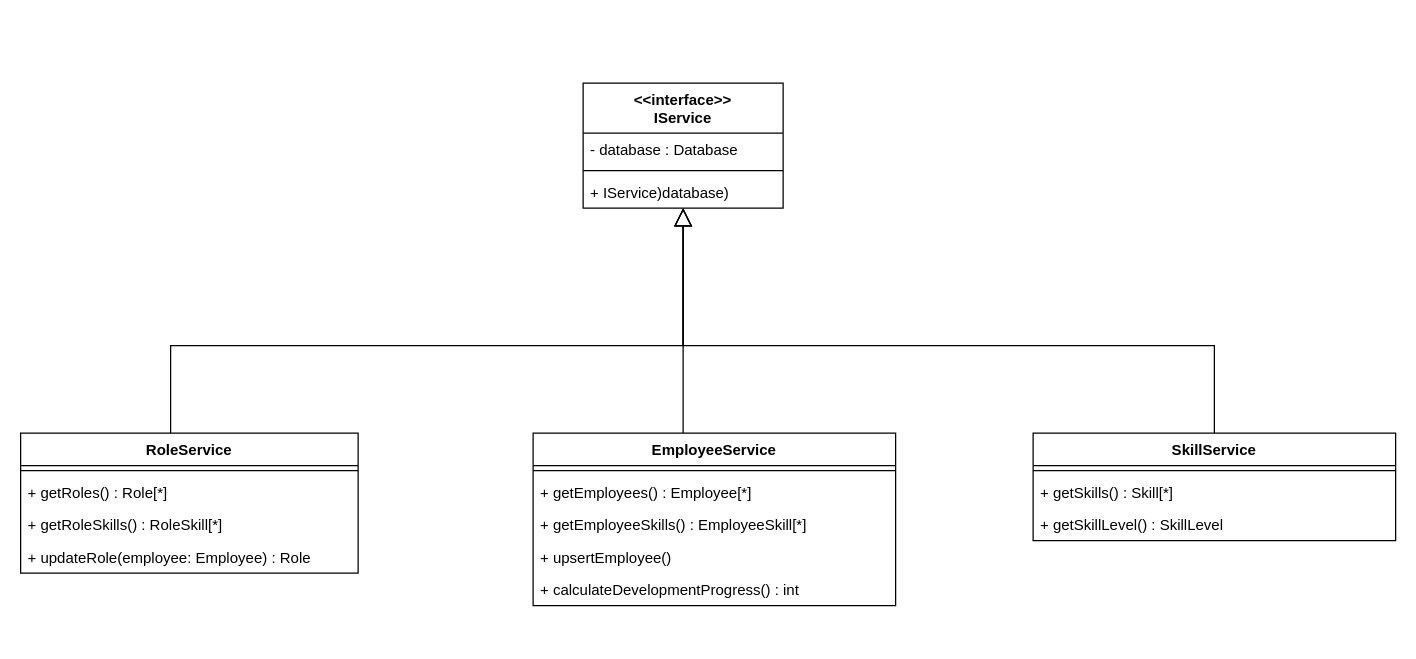
The draw.io diagram Implementation.drawio in learningCurve89/WorkBasedPortfolios, before the edit. Source tidied: cells renumbered, new cells numbered last; positions are measured from the earlier drawing's top-left corner, leaving out a move shared by most shapes. Both pictures are drawn from the tidied source at 125%, with x=0, y=0 at pixel (20, 82).
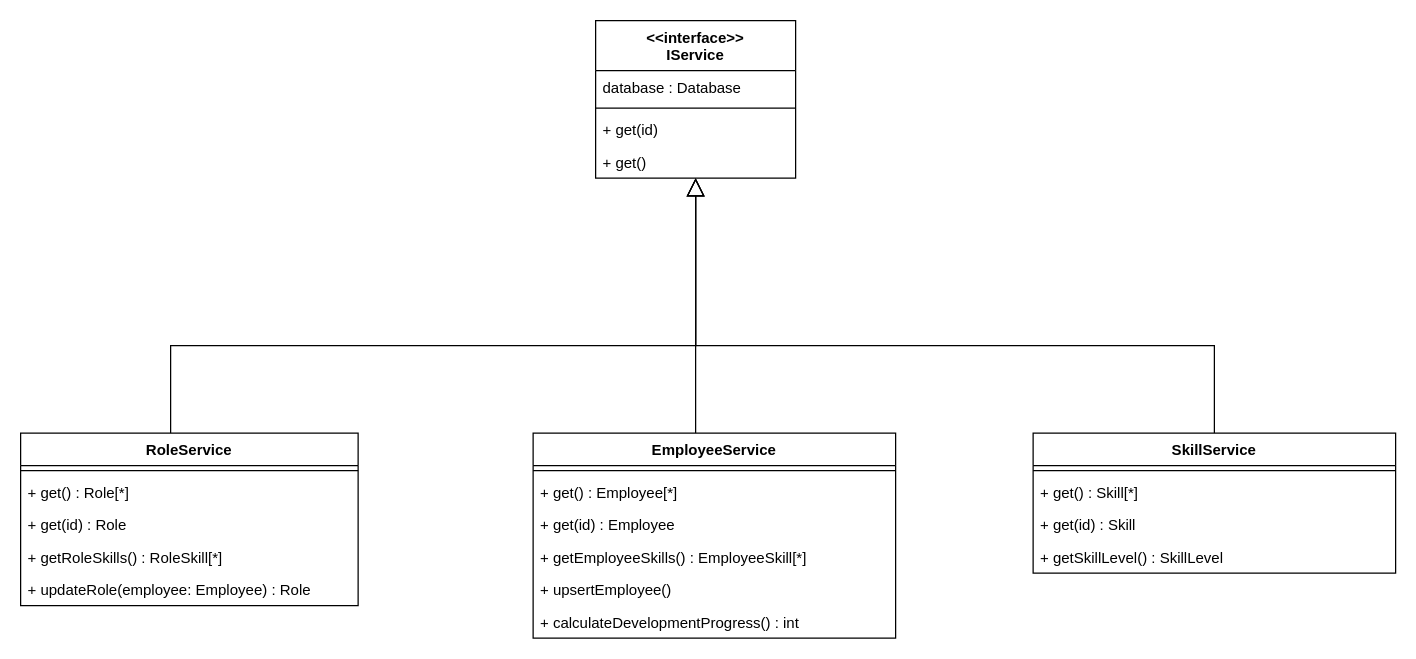
Above is the later version.

Diff of the diagram source:
```diff
@@
     <mxCell id="2" style="edgeStyle=orthogonalEdgeStyle;rounded=0;jettySize=auto;html=1;endArrow=block;endFill=0;endSize=12;" parent="1" edge="1" source="3" target="7">
       <mxGeometry relative="1" as="geometry">
         <Array as="points">
           <mxPoint x="955" y="210" />
-          <mxPoint x="530" y="210" />
+          <mxPoint x="540" y="210" />
         </Array>
       </mxGeometry>
     </mxCell>
     <mxCell id="3" value="SkillService" style="swimlane;fontStyle=1;align=center;verticalAlign=top;horizontal=1;startSize=26;" parent="1" vertex="1">
-      <mxGeometry x="810" y="280" width="290" height="86" as="geometry" />
+      <mxGeometry x="810" y="280" width="290" height="112" as="geometry" />
     </mxCell>
@@
-    <mxCell id="5" value="+ getSkills() : Skill[*]" style="text;strokeColor=none;fillColor=none;align=left;verticalAlign=top;spacingLeft=4;spacingRight=4;overflow=hidden;" parent="3" vertex="1">
+    <mxCell id="5" value="+ get() : Skill[*]" style="text;strokeColor=none;fillColor=none;align=left;verticalAlign=top;spacingLeft=4;spacingRight=4;overflow=hidden;" parent="3" vertex="1">
       <mxGeometry y="34" width="290" height="26" as="geometry" />
     </mxCell>
+    <mxCell id="24" value="+ get(id) : Skill" style="text;strokeColor=none;fillColor=none;align=left;verticalAlign=top;spacingLeft=4;spacingRight=4;overflow=hidden;" parent="3" vertex="1">
+      <mxGeometry y="60" width="290" height="26" as="geometry" />
+    </mxCell>
     <mxCell id="6" value="+ getSkillLevel() : SkillLevel" style="text;strokeColor=none;fillColor=none;align=left;verticalAlign=top;spacingLeft=4;spacingRight=4;overflow=hidden;" parent="3" vertex="1">
-      <mxGeometry y="60" width="290" height="26" as="geometry" />
+      <mxGeometry y="86" width="290" height="26" as="geometry" />
     </mxCell>
-    <mxCell id="7" value="&lt;&lt;interface&gt;&gt;&#10;IService" style="swimlane;fontStyle=1;align=center;verticalAlign=top;horizontal=1;startSize=40;" parent="1" vertex="1">
-      <mxGeometry x="450" width="160" height="100" as="geometry" />
-    </mxCell>
-    <mxCell id="8" value="- database : Database" style="text;strokeColor=none;fillColor=none;align=left;verticalAlign=top;spacingLeft=4;spacingRight=4;overflow=hidden;" parent="7" vertex="1">
-      <mxGeometry y="40" width="160" height="26" as="geometry" />
-    </mxCell>
-    <mxCell id="9" style="line;strokeWidth=1;fillColor=none;align=left;verticalAlign=middle;spacingTop=-1;spacingLeft=3;spacingRight=3;labelPosition=right;" parent="7" vertex="1">
-      <mxGeometry y="66" width="160" height="8" as="geometry" />
-    </mxCell>
-    <mxCell id="10" value="+ IService)database)" style="text;strokeColor=none;fillColor=none;align=left;verticalAlign=top;spacingLeft=4;spacingRight=4;overflow=hidden;" parent="7" vertex="1">
-      <mxGeometry y="74" width="160" height="26" as="geometry" />
-    </mxCell>
     <mxCell id="11" style="edgeStyle=orthogonalEdgeStyle;rounded=0;jettySize=auto;html=1;endArrow=block;endFill=0;endSize=12;" parent="1" edge="1" source="12" target="7">
       <mxGeometry relative="1" as="geometry">
         <Array as="points">
           <mxPoint x="120" y="210" />
-          <mxPoint x="530" y="210" />
+          <mxPoint x="540" y="210" />
         </Array>
       </mxGeometry>
     </mxCell>
     <mxCell id="12" value="RoleService" style="swimlane;fontStyle=1;align=center;verticalAlign=top;horizontal=1;startSize=26;" parent="1" vertex="1">
-      <mxGeometry y="280" width="270" height="112" as="geometry" />
+      <mxGeometry y="280" width="270" height="138" as="geometry" />
     </mxCell>
@@
-    <mxCell id="14" value="+ getRoles() : Role[*]" style="text;strokeColor=none;fillColor=none;align=left;verticalAlign=top;spacingLeft=4;spacingRight=4;overflow=hidden;" parent="12" vertex="1">
+    <mxCell id="14" value="+ get() : Role[*]" style="text;strokeColor=none;fillColor=none;align=left;verticalAlign=top;spacingLeft=4;spacingRight=4;overflow=hidden;" parent="12" vertex="1">
       <mxGeometry y="34" width="270" height="26" as="geometry" />
     </mxCell>
+    <mxCell id="25" value="+ get(id) : Role" style="text;strokeColor=none;fillColor=none;align=left;verticalAlign=top;spacingLeft=4;spacingRight=4;overflow=hidden;" parent="12" vertex="1">
+      <mxGeometry y="60" width="270" height="26" as="geometry" />
+    </mxCell>
     <mxCell id="15" value="+ getRoleSkills() : RoleSkill[*]" style="text;strokeColor=none;fillColor=none;align=left;verticalAlign=top;spacingLeft=4;spacingRight=4;overflow=hidden;" parent="12" vertex="1">
-      <mxGeometry y="60" width="270" height="26" as="geometry" />
+      <mxGeometry y="86" width="270" height="26" as="geometry" />
     </mxCell>
     <mxCell id="16" value="+ updateRole(employee: Employee) : Role" style="text;strokeColor=none;fillColor=none;align=left;verticalAlign=top;spacingLeft=4;spacingRight=4;overflow=hidden;" parent="12" vertex="1">
-      <mxGeometry y="86" width="270" height="26" as="geometry" />
+      <mxGeometry y="112" width="270" height="26" as="geometry" />
     </mxCell>
     <mxCell id="17" style="edgeStyle=orthogonalEdgeStyle;rounded=0;jettySize=auto;html=1;endArrow=block;endFill=0;endSize=12;" parent="1" edge="1" source="18" target="7">
       <mxGeometry relative="1" as="geometry">
         <Array as="points">
-          <mxPoint x="530" y="240" />
-          <mxPoint x="530" y="240" />
+          <mxPoint x="540" y="90" />
+          <mxPoint x="540" y="90" />
         </Array>
       </mxGeometry>
     </mxCell>
     <mxCell id="18" value="EmployeeService" style="swimlane;fontStyle=1;align=center;verticalAlign=top;horizontal=1;startSize=26;" parent="1" vertex="1">
-      <mxGeometry x="410" y="280" width="290" height="138" as="geometry" />
+      <mxGeometry x="410" y="280" width="290" height="164" as="geometry" />
     </mxCell>
@@
+    <mxCell id="26" value="+ get() : Employee[*]" style="text;strokeColor=none;fillColor=none;align=left;verticalAlign=top;spacingLeft=4;spacingRight=4;overflow=hidden;" parent="18" vertex="1">
+      <mxGeometry y="34" width="290" height="26" as="geometry" />
+    </mxCell>
-    <mxCell id="20" value="+ getEmployees() : Employee[*]" style="text;strokeColor=none;fillColor=none;align=left;verticalAlign=top;spacingLeft=4;spacingRight=4;overflow=hidden;" parent="18" vertex="1">
-      <mxGeometry y="34" width="290" height="26" as="geometry" />
+    <mxCell id="20" value="+ get(id) : Employee" style="text;strokeColor=none;fillColor=none;align=left;verticalAlign=top;spacingLeft=4;spacingRight=4;overflow=hidden;" parent="18" vertex="1">
+      <mxGeometry y="60" width="290" height="26" as="geometry" />
     </mxCell>
     <mxCell id="21" value="+ getEmployeeSkills() : EmployeeSkill[*]" style="text;strokeColor=none;fillColor=none;align=left;verticalAlign=top;spacingLeft=4;spacingRight=4;overflow=hidden;" parent="18" vertex="1">
-      <mxGeometry y="60" width="290" height="26" as="geometry" />
+      <mxGeometry y="86" width="290" height="26" as="geometry" />
     </mxCell>
     <mxCell id="22" value="+ upsertEmployee()" style="text;strokeColor=none;fillColor=none;align=left;verticalAlign=top;spacingLeft=4;spacingRight=4;overflow=hidden;" parent="18" vertex="1">
-      <mxGeometry y="86" width="290" height="26" as="geometry" />
+      <mxGeometry y="112" width="290" height="26" as="geometry" />
     </mxCell>
     <mxCell id="23" value="+ calculateDevelopmentProgress() : int" style="text;strokeColor=none;fillColor=none;align=left;verticalAlign=top;spacingLeft=4;spacingRight=4;overflow=hidden;" parent="18" vertex="1">
-      <mxGeometry y="112" width="290" height="26" as="geometry" />
+      <mxGeometry y="138" width="290" height="26" as="geometry" />
     </mxCell>
+    <mxCell id="7" value="&lt;&lt;interface&gt;&gt;&#10;IService" style="swimlane;fontStyle=1;align=center;verticalAlign=top;horizontal=1;startSize=40;" parent="1" vertex="1">
+      <mxGeometry x="460" y="-50" width="160" height="126" as="geometry" />
+    </mxCell>
+    <mxCell id="27" value="database : Database" style="text;strokeColor=none;fillColor=none;align=left;verticalAlign=top;spacingLeft=4;spacingRight=4;overflow=hidden;" parent="7" vertex="1">
+      <mxGeometry y="40" width="160" height="26" as="geometry" />
+    </mxCell>
+    <mxCell id="9" style="line;strokeWidth=1;fillColor=none;align=left;verticalAlign=middle;spacingTop=-1;spacingLeft=3;spacingRight=3;labelPosition=right;" parent="7" vertex="1">
+      <mxGeometry y="66" width="160" height="8" as="geometry" />
+    </mxCell>
+    <mxCell id="28" value="+ get(id)" style="text;strokeColor=none;fillColor=none;align=left;verticalAlign=top;spacingLeft=4;spacingRight=4;overflow=hidden;" parent="7" vertex="1">
+      <mxGeometry y="74" width="160" height="26" as="geometry" />
+    </mxCell>
+    <mxCell id="29" value="+ get()" style="text;strokeColor=none;fillColor=none;align=left;verticalAlign=top;spacingLeft=4;spacingRight=4;overflow=hidden;" parent="7" vertex="1">
+      <mxGeometry y="100" width="160" height="26" as="geometry" />
+    </mxCell>
```
